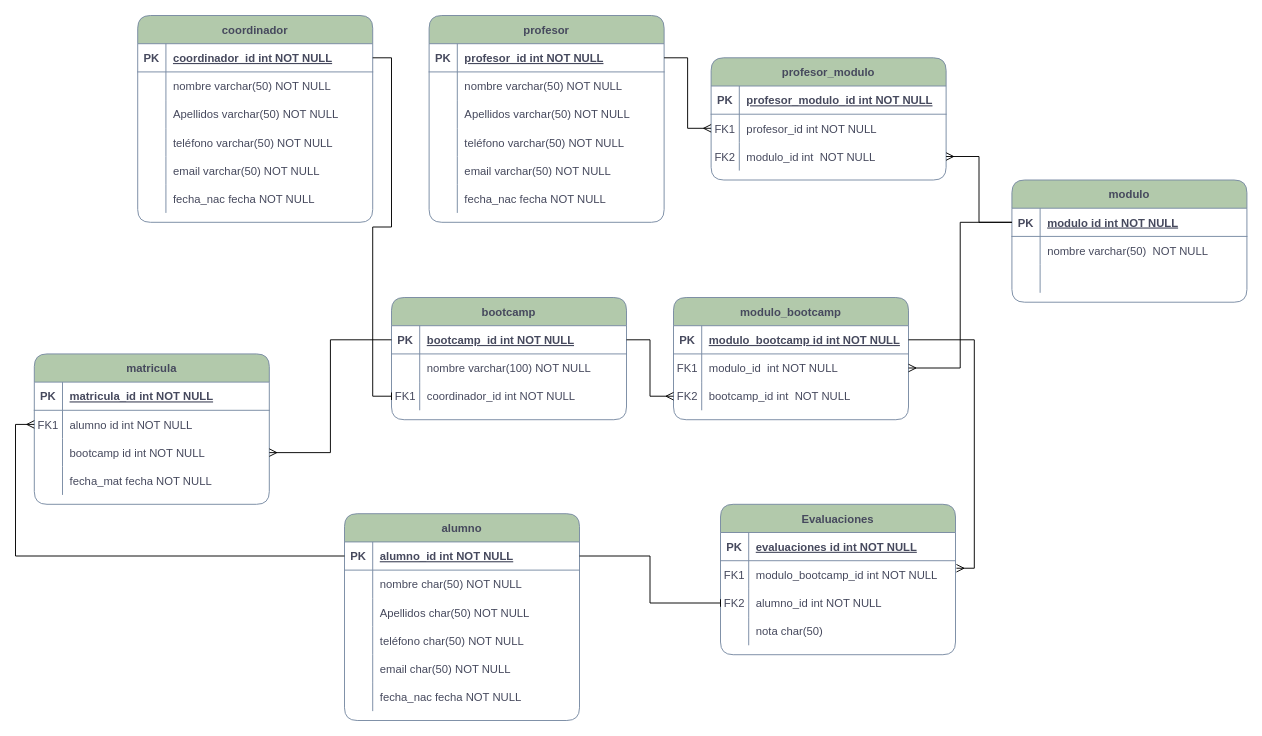
Earlier version of the draw.io diagram diagrama_keepcoding.drawio (Pablo-Sapiens/SQL-DW-keepcoding-). Source tidied: cells renumbered, new cells numbered last; positions are measured from the earlier drawing's top-left corner, leaving out a move shared by most shapes. Both pictures are drawn from the tidied source at 94%, with x=0, y=0 at pixel (34, 15).
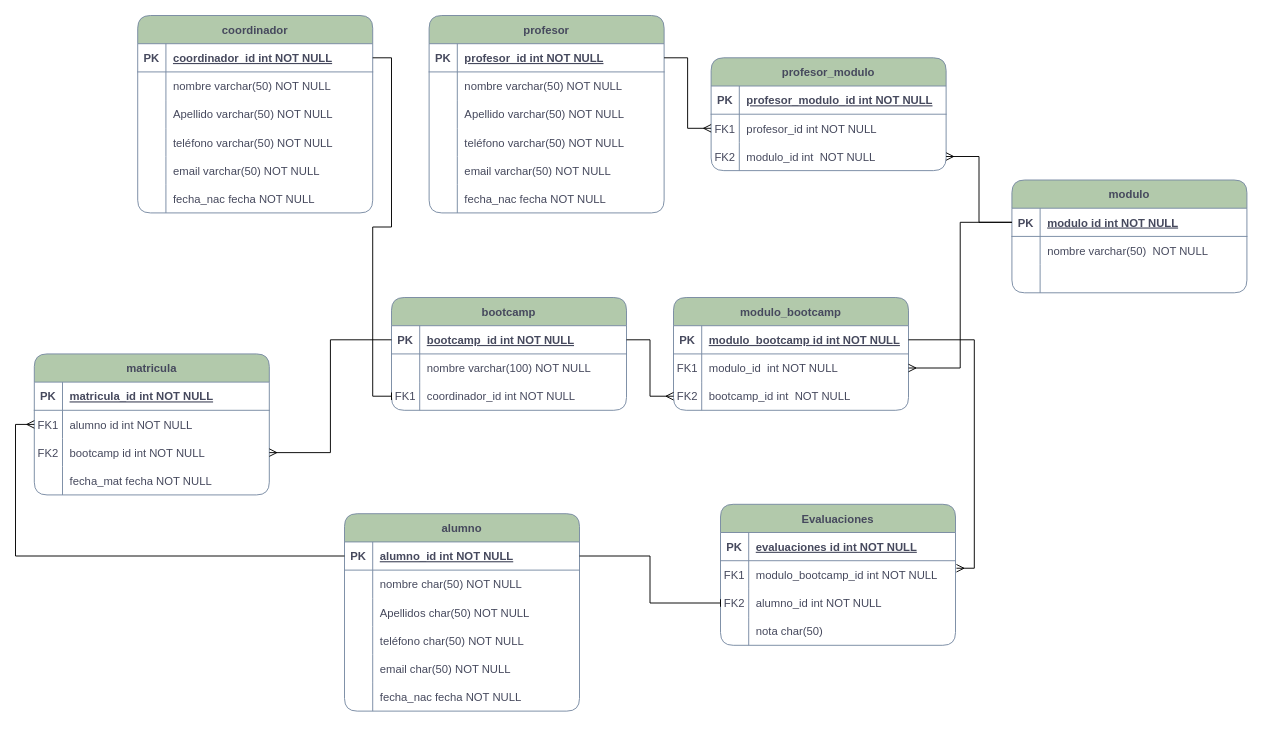
After the change.

Commit message (it also covers changes not shown here):
añado diagrama en formato pdf con alguna correción

The change refers to these unchanged cells:
```xml
<mxCell id="19" style="shape=partialRectangle;fillColor=none;top=0;left=0;right=0;bottom=0;labelBackgroundColor=none;strokeColor=#788AA3;fontColor=#46495D;rounded=1;" parent="12" vertex="1">
  <mxGeometry y="90" width="250" height="30" as="geometry" />
</mxCell>
<mxCell id="51" style="shape=partialRectangle;fillColor=none;points=[[0,0.5],[1,0.5]];portConstraint=eastwest;top=0;left=0;right=0;bottom=0;labelBackgroundColor=none;strokeColor=#788AA3;fontColor=#46495D;rounded=1;" parent="44" vertex="1">
  <mxGeometry y="90" width="250" height="30" as="geometry" />
</mxCell>
<mxCell id="103" style="shape=partialRectangle;fillColor=none;top=0;left=0;right=0;bottom=0;labelBackgroundColor=none;strokeColor=#788AA3;fontColor=#46495D;rounded=1;" parent="96" vertex="1">
  <mxGeometry y="90" width="250" height="30" as="geometry" />
</mxCell>
```

Change to the diagram source:
```diff
@@
     <mxCell id="2" value="modulo_bootcamp" style="shape=table;startSize=30;childLayout=tableLayout;rowLines=0;fontStyle=1;align=center;labelBackgroundColor=none;fillColor=#B2C9AB;strokeColor=#788AA3;fontColor=#46495D;rounded=1;" parent="1" vertex="1">
-      <mxGeometry x="680" y="300" width="250" height="130" as="geometry" />
+      <mxGeometry x="680" y="300" width="250" height="120" as="geometry" />
     </mxCell>
@@
     <mxCell id="12" value="profesor" style="shape=table;startSize=30;childLayout=tableLayout;rowLines=0;fontStyle=1;align=center;labelBackgroundColor=none;fillColor=#B2C9AB;strokeColor=#788AA3;fontColor=#46495D;rounded=1;" parent="1" vertex="1">
-      <mxGeometry x="420" width="250" height="220" as="geometry" />
+      <mxGeometry x="420" width="250" height="210" as="geometry" />
     </mxCell>
@@
-    <mxCell id="21" value="Apellidos varchar(50) NOT NULL" style="shape=partialRectangle;overflow=hidden;fillColor=none;top=0;left=0;bottom=0;right=0;align=left;spacingLeft=6;labelBackgroundColor=none;strokeColor=#788AA3;fontColor=#46495D;rounded=1;" parent="19" vertex="1">
+    <mxCell id="21" value="Apellido varchar(50) NOT NULL" style="shape=partialRectangle;overflow=hidden;fillColor=none;top=0;left=0;bottom=0;right=0;align=left;spacingLeft=6;labelBackgroundColor=none;strokeColor=#788AA3;fontColor=#46495D;rounded=1;" parent="19" vertex="1">
       <mxGeometry x="30" width="220" height="30" as="geometry" />
     </mxCell>
@@
     <mxCell id="31" value="Evaluaciones" style="shape=table;startSize=30;childLayout=tableLayout;rowLines=0;fontStyle=1;align=center;labelBackgroundColor=none;fillColor=#B2C9AB;strokeColor=#788AA3;fontColor=#46495D;rounded=1;" parent="1" vertex="1">
-      <mxGeometry x="730" y="520" width="250" height="160" as="geometry" />
+      <mxGeometry x="730" y="520" width="250" height="150" as="geometry" />
     </mxCell>
@@
     <mxCell id="44" value="matricula" style="shape=table;startSize=30;childLayout=tableLayout;rowLines=0;fontStyle=1;align=center;labelBackgroundColor=none;fillColor=#B2C9AB;strokeColor=#788AA3;fontColor=#46495D;rounded=1;" parent="1" vertex="1">
-      <mxGeometry y="360" width="250" height="160" as="geometry" />
+      <mxGeometry y="360" width="250" height="150" as="geometry" />
     </mxCell>
@@
-    <mxCell id="52" style="shape=partialRectangle;overflow=hidden;fillColor=none;top=0;left=0;bottom=0;right=0;labelBackgroundColor=none;strokeColor=#788AA3;fontColor=#46495D;rounded=1;" parent="51" vertex="1">
+    <mxCell id="52" value="FK2" style="shape=partialRectangle;overflow=hidden;fillColor=none;top=0;left=0;bottom=0;right=0;labelBackgroundColor=none;strokeColor=#788AA3;fontColor=#46495D;rounded=1;" parent="51" vertex="1">
       <mxGeometry width="30" height="30" as="geometry" />
     </mxCell>
@@
     <mxCell id="57" value="alumno" style="shape=table;startSize=30;childLayout=tableLayout;rowLines=0;fontStyle=1;align=center;labelBackgroundColor=none;fillColor=#B2C9AB;strokeColor=#788AA3;fontColor=#46495D;rounded=1;" parent="1" vertex="1">
-      <mxGeometry x="330" y="530" width="250" height="220" as="geometry" />
+      <mxGeometry x="330" y="530" width="250" height="210" as="geometry" />
     </mxCell>
@@
     <mxCell id="76" value="bootcamp" style="shape=table;startSize=30;childLayout=tableLayout;rowLines=0;fontStyle=1;align=center;labelBackgroundColor=none;fillColor=#B2C9AB;strokeColor=#788AA3;fontColor=#46495D;rounded=1;" parent="1" vertex="1">
-      <mxGeometry x="380" y="300" width="250" height="130" as="geometry" />
+      <mxGeometry x="380" y="300" width="250" height="120" as="geometry" />
     </mxCell>
@@
     <mxCell id="86" value="profesor_modulo" style="shape=table;startSize=30;childLayout=tableLayout;rowLines=0;fontStyle=1;align=center;labelBackgroundColor=none;fillColor=#B2C9AB;strokeColor=#788AA3;fontColor=#46495D;rounded=1;" parent="1" vertex="1">
-      <mxGeometry x="720" y="45" width="250" height="130" as="geometry" />
+      <mxGeometry x="720" y="45" width="250" height="120" as="geometry" />
     </mxCell>
@@
     <mxCell id="96" value="coordinador" style="shape=table;startSize=30;childLayout=tableLayout;rowLines=0;fontStyle=1;align=center;labelBackgroundColor=none;fillColor=#B2C9AB;strokeColor=#788AA3;fontColor=#46495D;rounded=1;" parent="1" vertex="1">
-      <mxGeometry x="110" width="250" height="220" as="geometry" />
+      <mxGeometry x="110" width="250" height="210" as="geometry" />
     </mxCell>
@@
-    <mxCell id="105" value="Apellidos varchar(50) NOT NULL" style="shape=partialRectangle;overflow=hidden;fillColor=none;top=0;left=0;bottom=0;right=0;align=left;spacingLeft=6;labelBackgroundColor=none;strokeColor=#788AA3;fontColor=#46495D;rounded=1;" parent="103" vertex="1">
+    <mxCell id="105" value="Apellido varchar(50) NOT NULL" style="shape=partialRectangle;overflow=hidden;fillColor=none;top=0;left=0;bottom=0;right=0;align=left;spacingLeft=6;labelBackgroundColor=none;strokeColor=#788AA3;fontColor=#46495D;rounded=1;" parent="103" vertex="1">
       <mxGeometry x="30" width="220" height="30" as="geometry" />
     </mxCell>
@@
     <mxCell id="115" value="modulo" style="shape=table;startSize=30;childLayout=tableLayout;rowLines=0;fontStyle=1;align=center;labelBackgroundColor=none;fillColor=#B2C9AB;strokeColor=#788AA3;fontColor=#46495D;rounded=1;" parent="1" vertex="1">
-      <mxGeometry x="1040" y="175" width="250" height="130" as="geometry" />
+      <mxGeometry x="1040" y="175" width="250" height="120" as="geometry" />
     </mxCell>
```
